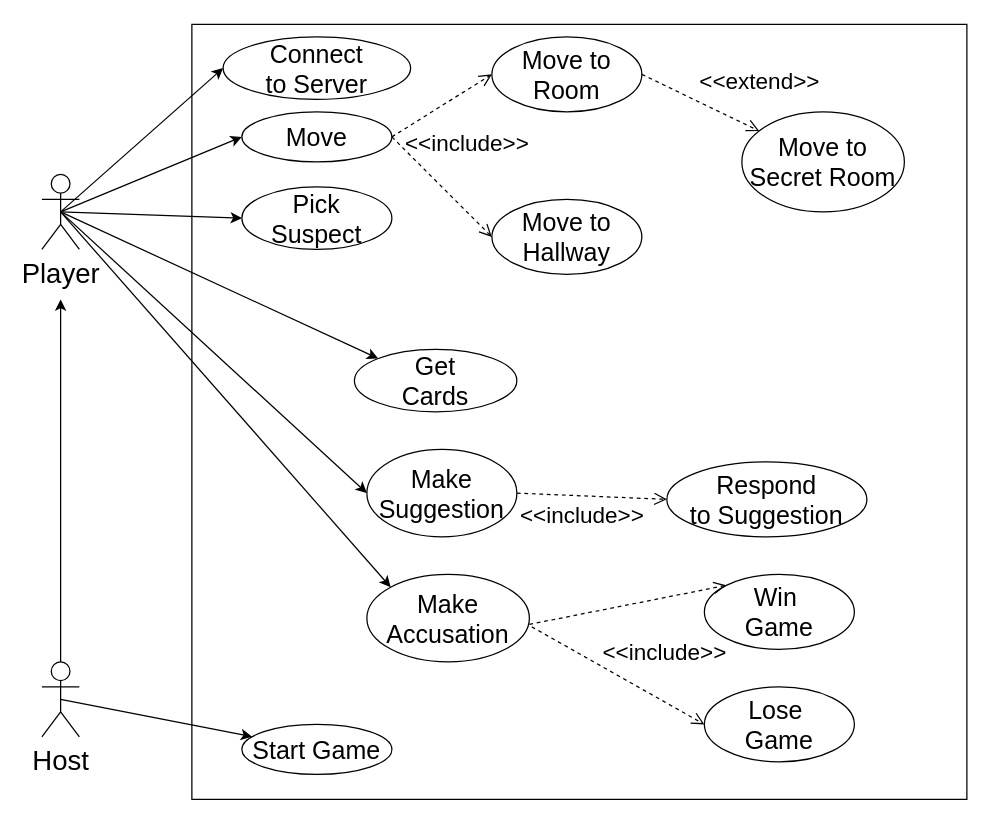
This is use-case-diagram.drawio from Acelhaka/Clueless-game, a draw.io file, before an edit. Source tidied: cells renumbered, new cells numbered last; positions are measured from the earlier drawing's top-left corner, leaving out a move shared by most shapes. Both pictures are drawn from the tidied source at 125%, with x=0, y=0 at pixel (41, 24).
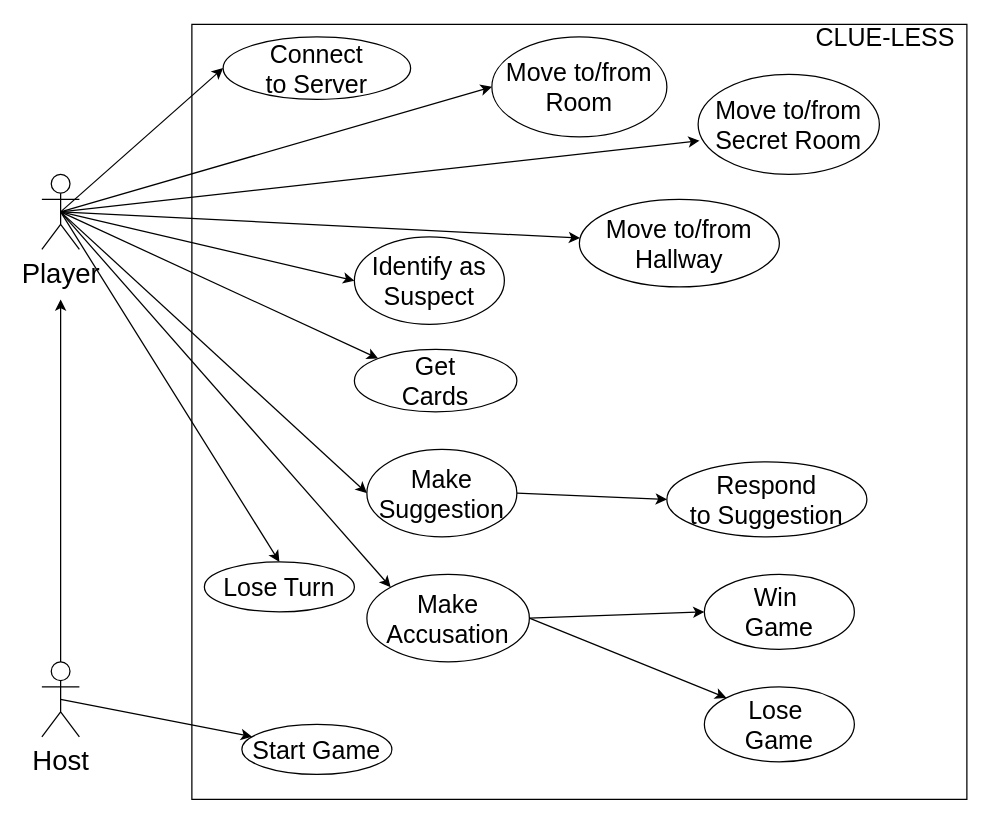
Above is the later version.

Unchanged cells that the change refers to:
```xml
<mxCell id="2" value="&lt;font style=&quot;font-size: 22px&quot;&gt;Player&lt;/font&gt;" style="shape=umlActor;verticalLabelPosition=bottom;verticalAlign=top;html=1;outlineConnect=0;" parent="1" vertex="1">
  <mxGeometry y="120" width="30" height="60" as="geometry" />
</mxCell>
<mxCell id="7" value="&lt;font style=&quot;font-size: 20px&quot;&gt;Make Suggestion&lt;/font&gt;" style="ellipse;whiteSpace=wrap;html=1;" parent="1" vertex="1">
  <mxGeometry x="260" y="340" width="120" height="70" as="geometry" />
</mxCell>
<mxCell id="8" value="&lt;span style=&quot;text-align: left&quot;&gt;&lt;font style=&quot;font-size: 20px&quot;&gt;Make Accusation&lt;/font&gt;&lt;/span&gt;" style="ellipse;whiteSpace=wrap;html=1;" parent="1" vertex="1">
  <mxGeometry x="260" y="440" width="130" height="70" as="geometry" />
</mxCell>
<mxCell id="20" value="&lt;font style=&quot;font-size: 20px&quot;&gt;Respond&lt;br&gt;to Suggestion&lt;br&gt;&lt;/font&gt;" style="ellipse;whiteSpace=wrap;html=1;" parent="1" vertex="1">
  <mxGeometry x="500" y="350" width="160" height="60" as="geometry" />
</mxCell>
<mxCell id="28" value="&lt;font style=&quot;font-size: 20px&quot;&gt;Win&amp;nbsp;&lt;br&gt;Game&lt;br&gt;&lt;/font&gt;" style="ellipse;whiteSpace=wrap;html=1;" parent="1" vertex="1">
  <mxGeometry x="530" y="440" width="120" height="60" as="geometry" />
</mxCell>
<mxCell id="29" value="&lt;font style=&quot;font-size: 20px&quot;&gt;Lose&amp;nbsp;&lt;br&gt;Game&lt;br&gt;&lt;/font&gt;" style="ellipse;whiteSpace=wrap;html=1;" parent="1" vertex="1">
  <mxGeometry x="530" y="530" width="120" height="60" as="geometry" />
</mxCell>
```

The edit, as a diff of the source:
```diff
@@
-    <mxCell id="6" value="&lt;font style=&quot;font-size: 20px&quot;&gt;Move&lt;/font&gt;" style="ellipse;whiteSpace=wrap;html=1;" parent="1" vertex="1">
-      <mxGeometry x="160" y="70" width="120" height="40" as="geometry" />
-    </mxCell>
@@
-    <mxCell id="10" style="endArrow=classic;html=1;exitX=0.5;exitY=0.5;exitDx=0;exitDy=0;exitPerimeter=0;entryX=0;entryY=0.5;entryDx=0;entryDy=0;" parent="1" edge="1" source="2" target="6">
+    <mxCell id="10" style="endArrow=classic;html=1;exitX=0.5;exitY=0.5;exitDx=0;exitDy=0;exitPerimeter=0;entryX=0;entryY=0.5;entryDx=0;entryDy=0;" parent="1" edge="1" source="2" target="14">
       <mxGeometry relative="1" as="geometry" />
     </mxCell>
@@
-    <mxCell id="13" value="&lt;font style=&quot;font-size: 18px&quot;&gt;&amp;lt;&amp;lt;include&amp;gt;&amp;gt;&lt;/font&gt;" style="html=1;verticalAlign=bottom;endArrow=open;dashed=1;endSize=8;exitX=1;exitY=0.5;exitDx=0;exitDy=0;entryX=0;entryY=0.5;entryDx=0;entryDy=0;" parent="1" edge="1" source="6" target="14">
-      <mxGeometry x="-0.15" y="-49" relative="1" as="geometry" />
-    </mxCell>
-    <mxCell id="14" value="&lt;font style=&quot;font-size: 20px&quot;&gt;Move to&lt;br&gt;Room&lt;br&gt;&lt;/font&gt;" style="ellipse;whiteSpace=wrap;html=1;" parent="1" vertex="1">
-      <mxGeometry x="360" y="10" width="120" height="60" as="geometry" />
+    <mxCell id="14" value="&lt;font style=&quot;font-size: 20px&quot;&gt;Move to/from&lt;br&gt;Room&lt;br&gt;&lt;/font&gt;" style="ellipse;whiteSpace=wrap;html=1;" parent="1" vertex="1">
+      <mxGeometry x="360" y="10" width="140" height="80" as="geometry" />
     </mxCell>
-    <mxCell id="15" value="&lt;font style=&quot;font-size: 20px&quot;&gt;Move to&lt;br&gt;Hallway&lt;br&gt;&lt;/font&gt;" style="ellipse;whiteSpace=wrap;html=1;" parent="1" vertex="1">
-      <mxGeometry x="360" y="140" width="120" height="60" as="geometry" />
+    <mxCell id="15" value="&lt;font style=&quot;font-size: 20px&quot;&gt;Move to/from&lt;br&gt;Hallway&lt;br&gt;&lt;/font&gt;" style="ellipse;whiteSpace=wrap;html=1;" parent="1" vertex="1">
+      <mxGeometry x="430" y="140" width="160" height="70" as="geometry" />
     </mxCell>
-    <mxCell id="16" style="html=1;verticalAlign=bottom;endArrow=open;dashed=1;endSize=8;exitX=1;exitY=0.5;exitDx=0;exitDy=0;entryX=0;entryY=0.5;entryDx=0;entryDy=0;" parent="1" edge="1" source="6" target="15">
-      <mxGeometry x="1" y="-240" relative="1" as="geometry">
-        <mxPoint x="39" y="2" as="offset" />
-      </mxGeometry>
-    </mxCell>
-    <mxCell id="17" value="&lt;font style=&quot;font-size: 20px&quot;&gt;Move to&lt;br&gt;Secret Room&lt;br&gt;&lt;/font&gt;" style="ellipse;whiteSpace=wrap;html=1;" parent="1" vertex="1">
-      <mxGeometry x="560" y="70" width="130" height="80" as="geometry" />
+    <mxCell id="17" value="&lt;font style=&quot;font-size: 20px&quot;&gt;Move to/from&lt;br&gt;Secret Room&lt;br&gt;&lt;/font&gt;" style="ellipse;whiteSpace=wrap;html=1;" parent="1" vertex="1">
+      <mxGeometry x="525" y="40" width="145" height="80" as="geometry" />
     </mxCell>
@@
-    <mxCell id="19" value="&lt;font style=&quot;font-size: 18px&quot;&gt;&amp;lt;&amp;lt;extend&amp;gt;&amp;gt;&lt;/font&gt;" style="html=1;verticalAlign=bottom;endArrow=open;dashed=1;endSize=8;exitX=1;exitY=0.5;exitDx=0;exitDy=0;" parent="1" edge="1" source="14" target="17">
-      <mxGeometry x="0.79" y="23" relative="1" as="geometry" />
-    </mxCell>
@@
-    <mxCell id="21" value="&lt;font style=&quot;font-size: 18px&quot;&gt;&amp;lt;&amp;lt;include&amp;gt;&amp;gt;&lt;/font&gt;" style="html=1;verticalAlign=bottom;endArrow=open;dashed=1;endSize=8;exitX=1;exitY=0.5;exitDx=0;exitDy=0;entryX=0;entryY=0.5;entryDx=0;entryDy=0;" parent="1" edge="1" source="7" target="20">
-      <mxGeometry x="-0.11" y="-30" relative="1" as="geometry" />
-    </mxCell>
@@
-    <mxCell id="24" value="&lt;font style=&quot;font-size: 20px&quot;&gt;Pick&lt;br&gt;Suspect&lt;br&gt;&lt;/font&gt;" style="ellipse;whiteSpace=wrap;html=1;" parent="1" vertex="1">
-      <mxGeometry x="160" y="130" width="120" height="50" as="geometry" />
+    <mxCell id="24" value="&lt;font style=&quot;font-size: 20px&quot;&gt;Identify as&lt;br&gt;Suspect&lt;br&gt;&lt;/font&gt;" style="ellipse;whiteSpace=wrap;html=1;" parent="1" vertex="1">
+      <mxGeometry x="250" y="170" width="120" height="70" as="geometry" />
     </mxCell>
@@
-    <mxCell id="30" value="&lt;font style=&quot;font-size: 18px&quot;&gt;&amp;lt;&amp;lt;include&amp;gt;&amp;gt;&lt;/font&gt;" style="html=1;verticalAlign=bottom;endArrow=open;dashed=1;endSize=8;entryX=0;entryY=0;entryDx=0;entryDy=0;" parent="1" edge="1" target="28">
-      <mxGeometry x="0.23" y="-57" relative="1" as="geometry">
-        <mxPoint x="390" y="480" as="sourcePoint" />
-      </mxGeometry>
-    </mxCell>
+    <mxCell id="32" value="&lt;font style=&quot;font-size: 20px&quot;&gt;Lose Turn&lt;/font&gt;" style="ellipse;whiteSpace=wrap;html=1;" parent="1" vertex="1">
+      <mxGeometry x="130" y="430" width="120" height="40" as="geometry" />
+    </mxCell>
+    <mxCell id="33" style="endArrow=classic;html=1;exitX=0.5;exitY=0.5;exitDx=0;exitDy=0;exitPerimeter=0;entryX=0.008;entryY=0.663;entryDx=0;entryDy=0;entryPerimeter=0;" parent="1" edge="1" source="2" target="17">
+      <mxGeometry relative="1" as="geometry" />
+    </mxCell>
+    <mxCell id="34" style="endArrow=classic;html=1;exitX=0.5;exitY=0.5;exitDx=0;exitDy=0;exitPerimeter=0;" parent="1" edge="1" source="2" target="15">
+      <mxGeometry relative="1" as="geometry" />
+    </mxCell>
+    <mxCell id="35" style="endArrow=classic;html=1;exitX=0.5;exitY=0.5;exitDx=0;exitDy=0;exitPerimeter=0;entryX=0.5;entryY=0;entryDx=0;entryDy=0;" parent="1" edge="1" source="2" target="32">
+      <mxGeometry relative="1" as="geometry" />
+    </mxCell>
+    <mxCell id="36" value="&lt;font style=&quot;font-size: 20px&quot;&gt;CLUE-LESS&lt;/font&gt;" style="text;html=1;strokeColor=none;fillColor=none;align=center;verticalAlign=middle;whiteSpace=wrap;rounded=0;" parent="1" vertex="1">
+      <mxGeometry x="610" width="130" height="20" as="geometry" />
+    </mxCell>
-    <mxCell id="31" style="html=1;verticalAlign=bottom;endArrow=open;dashed=1;endSize=8;exitX=1.015;exitY=0.6;exitDx=0;exitDy=0;entryX=0;entryY=0.5;entryDx=0;entryDy=0;exitPerimeter=0;" parent="1" edge="1" source="8" target="29">
-      <mxGeometry x="1" y="-240" relative="1" as="geometry">
-        <mxPoint x="39" y="2" as="offset" />
-      </mxGeometry>
+    <mxCell id="31" style="endArrow=classic;html=1;entryX=0;entryY=0;entryDx=0;entryDy=0;exitX=1;exitY=0.5;exitDx=0;exitDy=0;" parent="1" edge="1" source="8" target="29">
+      <mxGeometry relative="1" as="geometry" />
     </mxCell>
+    <mxCell id="37" style="endArrow=classic;html=1;entryX=0;entryY=0.5;entryDx=0;entryDy=0;exitX=1;exitY=0.5;exitDx=0;exitDy=0;" parent="1" edge="1" source="8" target="28">
+      <mxGeometry relative="1" as="geometry" />
+    </mxCell>
+    <mxCell id="21" style="endArrow=classic;html=1;entryX=0;entryY=0.5;entryDx=0;entryDy=0;exitX=1;exitY=0.5;exitDx=0;exitDy=0;" parent="1" edge="1" source="7" target="20">
+      <mxGeometry relative="1" as="geometry" />
+    </mxCell>
```
